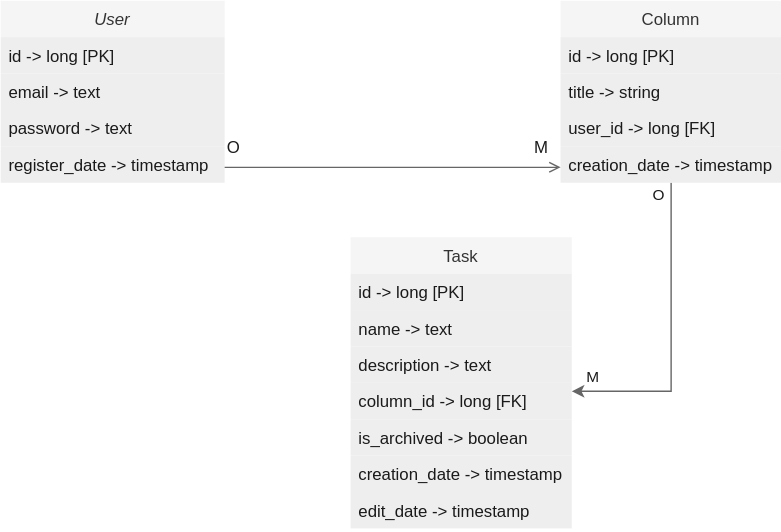
farneser/task-tracker-api keeps this draw.io diagram as assets/database-relations.svg. Above is the earlier version. Source tidied: cells renumbered, new cells last; positions are measured from the earlier drawing's top-left corner, leaving out a move shared by most shapes.
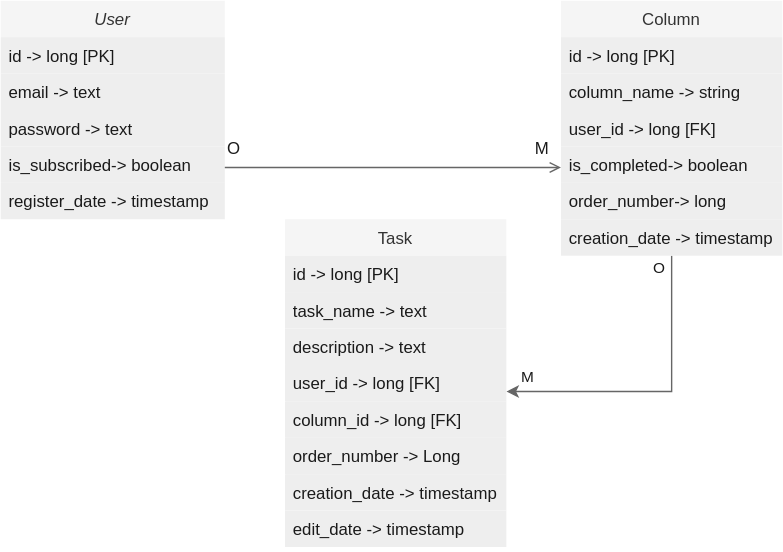
After the commit.

Commit message:
feat: update models fields

The edit, as a diff of the source:
```diff
@@ -3,7 +3,7 @@
     <mxCell id="0" />
     <mxCell id="1" parent="0" />
     <mxCell id="2" value="User" style="swimlane;fontStyle=2;align=center;verticalAlign=top;horizontal=1;startSize=26;rounded=0;shadow=0;strokeWidth=1;labelBackgroundColor=none;fillColor=#f5f5f5;strokeColor=none;fontColor=#333333;swimlaneFillColor=none;gradientColor=none;" parent="1" vertex="1">
-      <mxGeometry width="160" height="130" as="geometry" />
+      <mxGeometry width="160" height="156" as="geometry" />
     </mxCell>
     <mxCell id="3" value="id -&gt; long [PK]" style="text;align=left;verticalAlign=top;spacingLeft=4;spacingRight=4;overflow=hidden;rounded=0;labelBackgroundColor=none;fillColor=#EEEEEE;strokeColor=none;fontColor=#1A1A1A;" parent="2" vertex="1">
       <mxGeometry y="26" width="160" height="26" as="geometry" />
@@ -14,8 +14,11 @@
     <mxCell id="5" value="password -&gt; text" style="text;align=left;verticalAlign=top;spacingLeft=4;spacingRight=4;overflow=hidden;rounded=0;shadow=0;html=0;labelBackgroundColor=none;fillColor=#EEEEEE;strokeColor=none;fontColor=#1A1A1A;" parent="2" vertex="1">
       <mxGeometry y="78" width="160" height="26" as="geometry" />
     </mxCell>
+    <mxCell id="26" value="is_subscribed-&gt; boolean" style="text;align=left;verticalAlign=top;spacingLeft=4;spacingRight=4;overflow=hidden;rounded=0;labelBackgroundColor=none;fillColor=#EEEEEE;strokeColor=none;fontColor=#1A1A1A;" parent="2" vertex="1">
+      <mxGeometry y="104" width="160" height="26" as="geometry" />
+    </mxCell>
     <mxCell id="6" value="register_date -&gt; timestamp" style="text;align=left;verticalAlign=top;spacingLeft=4;spacingRight=4;overflow=hidden;rounded=0;shadow=0;html=0;labelBackgroundColor=none;fillColor=#EEEEEE;strokeColor=none;fontColor=#1A1A1A;" parent="2" vertex="1">
-      <mxGeometry y="104" width="160" height="26" as="geometry" />
+      <mxGeometry y="130" width="160" height="26" as="geometry" />
     </mxCell>
     <mxCell id="7" style="edgeStyle=orthogonalEdgeStyle;rounded=0;jettySize=auto;html=1;labelBackgroundColor=none;fontColor=default;strokeColor=#666666;fillColor=#f5f5f5;" parent="1" edge="1" source="10" target="18">
       <mxGeometry relative="1" as="geometry">
@@ -35,19 +38,25 @@
       </mxGeometry>
     </mxCell>
     <mxCell id="10" value="Column" style="swimlane;fontStyle=0;align=center;verticalAlign=top;horizontal=1;startSize=26;rounded=0;shadow=0;strokeWidth=1;labelBackgroundColor=none;fillColor=#f5f5f5;strokeColor=none;fontColor=#333333;swimlaneFillColor=none;gradientColor=none;glass=0;swimlaneLine=1;" parent="1" vertex="1">
-      <mxGeometry x="400" width="158" height="130" as="geometry" />
+      <mxGeometry x="400" width="158" height="182" as="geometry" />
     </mxCell>
     <mxCell id="11" value="id -&gt; long [PK]" style="text;align=left;verticalAlign=top;spacingLeft=4;spacingRight=4;overflow=hidden;rounded=0;labelBackgroundColor=none;fillColor=#EEEEEE;strokeColor=none;fontColor=#1A1A1A;" parent="10" vertex="1">
       <mxGeometry y="26" width="158" height="26" as="geometry" />
     </mxCell>
-    <mxCell id="12" value="title -&gt; string" style="text;align=left;verticalAlign=top;spacingLeft=4;spacingRight=4;overflow=hidden;rounded=0;shadow=0;html=0;labelBackgroundColor=none;fillColor=#EEEEEE;strokeColor=none;fontColor=#1A1A1A;" parent="10" vertex="1">
+    <mxCell id="12" value="column_name -&gt; string" style="text;align=left;verticalAlign=top;spacingLeft=4;spacingRight=4;overflow=hidden;rounded=0;shadow=0;html=0;labelBackgroundColor=none;fillColor=#EEEEEE;strokeColor=none;fontColor=#1A1A1A;" parent="10" vertex="1">
       <mxGeometry y="52" width="158" height="26" as="geometry" />
     </mxCell>
+    <mxCell id="27" value="user_id -&gt; long [FK]" style="text;align=left;verticalAlign=top;spacingLeft=4;spacingRight=4;overflow=hidden;rounded=0;shadow=0;html=0;labelBackgroundColor=none;fillColor=#EEEEEE;strokeColor=none;fontColor=#1A1A1A;" parent="10" vertex="1">
+      <mxGeometry y="78" width="158" height="26" as="geometry" />
+    </mxCell>
+    <mxCell id="28" value="is_completed-&gt; boolean" style="text;align=left;verticalAlign=top;spacingLeft=4;spacingRight=4;overflow=hidden;rounded=0;shadow=0;html=0;labelBackgroundColor=none;fillColor=#EEEEEE;strokeColor=none;fontColor=#1A1A1A;" parent="10" vertex="1">
+      <mxGeometry y="104" width="158" height="26" as="geometry" />
+    </mxCell>
-    <mxCell id="13" value="user_id -&gt; long [FK]" style="text;align=left;verticalAlign=top;spacingLeft=4;spacingRight=4;overflow=hidden;rounded=0;shadow=0;html=0;labelBackgroundColor=none;fillColor=#EEEEEE;strokeColor=none;fontColor=#1A1A1A;" parent="10" vertex="1">
-      <mxGeometry y="78" width="158" height="26" as="geometry" />
+    <mxCell id="13" value="order_number-&gt; long" style="text;align=left;verticalAlign=top;spacingLeft=4;spacingRight=4;overflow=hidden;rounded=0;shadow=0;html=0;labelBackgroundColor=none;fillColor=#EEEEEE;strokeColor=none;fontColor=#1A1A1A;" parent="10" vertex="1">
+      <mxGeometry y="130" width="158" height="26" as="geometry" />
     </mxCell>
     <mxCell id="14" value="creation_date -&gt; timestamp" style="text;align=left;verticalAlign=top;spacingLeft=4;spacingRight=4;overflow=hidden;rounded=0;shadow=0;html=0;labelBackgroundColor=none;fillColor=#EEEEEE;strokeColor=none;fontColor=#1A1A1A;" parent="10" vertex="1">
-      <mxGeometry y="104" width="158" height="26" as="geometry" />
+      <mxGeometry y="156" width="158" height="26" as="geometry" />
     </mxCell>
     <mxCell id="15" style="endArrow=open;shadow=0;strokeWidth=1;rounded=0;endFill=1;edgeStyle=elbowEdgeStyle;elbow=vertical;labelBackgroundColor=none;fontColor=default;strokeColor=#666666;fillColor=#f5f5f5;" parent="1" edge="1" source="2" target="10">
       <mxGeometry x="0.5" y="41" relative="1" as="geometry">
@@ -69,28 +78,31 @@
       </mxGeometry>
     </mxCell>
     <mxCell id="18" value="Task" style="swimlane;fontStyle=0;align=center;verticalAlign=top;horizontal=1;startSize=26;rounded=0;shadow=0;strokeWidth=1;labelBackgroundColor=none;fillColor=#f5f5f5;strokeColor=none;fontColor=#333333;swimlaneFillColor=none;gradientColor=none;" parent="1" vertex="1">
-      <mxGeometry x="250" y="169" width="158" height="208" as="geometry" />
+      <mxGeometry x="203" y="156" width="158" height="234" as="geometry" />
     </mxCell>
     <mxCell id="19" value="id -&gt; long [PK]" style="text;align=left;verticalAlign=top;spacingLeft=4;spacingRight=4;overflow=hidden;rounded=0;labelBackgroundColor=none;fillColor=#EEEEEE;strokeColor=none;fontColor=#1A1A1A;" parent="18" vertex="1">
       <mxGeometry y="26" width="158" height="26" as="geometry" />
     </mxCell>
-    <mxCell id="20" value="name -&gt; text" style="text;align=left;verticalAlign=top;spacingLeft=4;spacingRight=4;overflow=hidden;rounded=0;shadow=0;html=0;labelBackgroundColor=none;fillColor=#EEEEEE;strokeColor=none;fontColor=#1A1A1A;" parent="18" vertex="1">
+    <mxCell id="20" value="task_name -&gt; text" style="text;align=left;verticalAlign=top;spacingLeft=4;spacingRight=4;overflow=hidden;rounded=0;shadow=0;html=0;labelBackgroundColor=none;fillColor=#EEEEEE;strokeColor=none;fontColor=#1A1A1A;" parent="18" vertex="1">
       <mxGeometry y="52" width="158" height="26" as="geometry" />
     </mxCell>
     <mxCell id="21" value="description -&gt; text" style="text;align=left;verticalAlign=top;spacingLeft=4;spacingRight=4;overflow=hidden;rounded=0;shadow=0;html=0;labelBackgroundColor=none;fillColor=#EEEEEE;strokeColor=none;fontColor=#1A1A1A;" parent="18" vertex="1">
       <mxGeometry y="78" width="158" height="26" as="geometry" />
     </mxCell>
-    <mxCell id="22" value="column_id -&gt; long [FK]" style="text;align=left;verticalAlign=top;spacingLeft=4;spacingRight=4;overflow=hidden;rounded=0;shadow=0;html=0;labelBackgroundColor=none;fillColor=#EEEEEE;strokeColor=none;fontColor=#1A1A1A;" parent="18" vertex="1">
+    <mxCell id="22" value="user_id -&gt; long [FK]" style="text;align=left;verticalAlign=top;spacingLeft=4;spacingRight=4;overflow=hidden;rounded=0;shadow=0;html=0;labelBackgroundColor=none;fillColor=#EEEEEE;strokeColor=none;fontColor=#1A1A1A;" parent="18" vertex="1">
       <mxGeometry y="104" width="158" height="26" as="geometry" />
     </mxCell>
+    <mxCell id="29" value="column_id -&gt; long [FK]" style="text;align=left;verticalAlign=top;spacingLeft=4;spacingRight=4;overflow=hidden;rounded=0;shadow=0;html=0;labelBackgroundColor=none;fillColor=#EEEEEE;strokeColor=none;fontColor=#1A1A1A;" parent="18" vertex="1">
+      <mxGeometry y="130" width="158" height="26" as="geometry" />
+    </mxCell>
-    <mxCell id="23" value="is_archived -&gt; boolean" style="text;align=left;verticalAlign=top;spacingLeft=4;spacingRight=4;overflow=hidden;rounded=0;shadow=0;html=0;labelBackgroundColor=none;fillColor=#EEEEEE;strokeColor=none;fontColor=#1A1A1A;" parent="18" vertex="1">
-      <mxGeometry y="130" width="158" height="26" as="geometry" />
+    <mxCell id="23" value="order_number -&gt; Long" style="text;align=left;verticalAlign=top;spacingLeft=4;spacingRight=4;overflow=hidden;rounded=0;shadow=0;html=0;labelBackgroundColor=none;fillColor=#EEEEEE;strokeColor=none;fontColor=#1A1A1A;" parent="18" vertex="1">
+      <mxGeometry y="156" width="158" height="26" as="geometry" />
     </mxCell>
     <mxCell id="24" value="creation_date -&gt; timestamp" style="text;align=left;verticalAlign=top;spacingLeft=4;spacingRight=4;overflow=hidden;rounded=0;shadow=0;html=0;labelBackgroundColor=none;fillColor=#EEEEEE;strokeColor=none;fontColor=#1A1A1A;" parent="18" vertex="1">
-      <mxGeometry y="156" width="158" height="26" as="geometry" />
+      <mxGeometry y="182" width="158" height="26" as="geometry" />
     </mxCell>
     <mxCell id="25" value="edit_date -&gt; timestamp" style="text;align=left;verticalAlign=top;spacingLeft=4;spacingRight=4;overflow=hidden;rounded=0;shadow=0;html=0;labelBackgroundColor=none;fillColor=#EEEEEE;strokeColor=none;fontColor=#1A1A1A;" parent="18" vertex="1">
-      <mxGeometry y="182" width="158" height="26" as="geometry" />
+      <mxGeometry y="208" width="158" height="26" as="geometry" />
     </mxCell>
   </root>
 </mxGraphModel>
```
